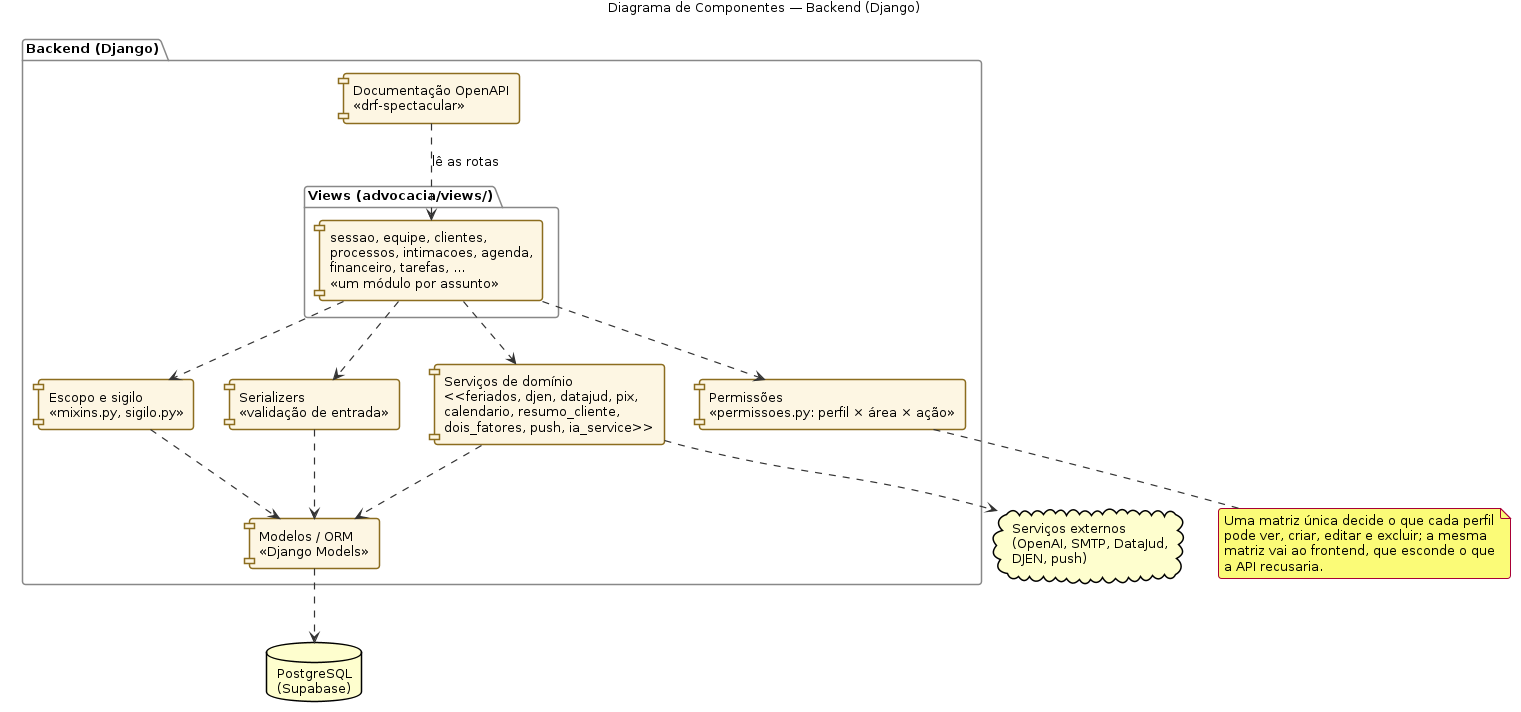
The PlantUML diagram docs/tcc/diagramas/componentes.png in guimunhoz13/TCCrepository, before a commit. Its source is kept beside it as docs/tcc/diagramas/componentes.puml. The source it was exported from:
```plantuml
@startuml
!include skinparam.iuml
title Diagrama de Componentes — Backend (Django)

package "Backend (Django)" {
  package "Views (advocacia/views/)" {
    component "sessao, equipe, clientes,\nprocessos, intimacoes, agenda,\nfinanceiro, tarefas, ...\n<<um módulo por assunto>>" as Views
  }
  component "Serializers\n<<validação de entrada>>" as Serializers
  component "Permissões\n<<permissoes.py: perfil × área × ação>>" as Perm
  component "Escopo e sigilo\n<<mixins.py, sigilo.py>>" as Escopo
  component "Serviços de domínio\n<<feriados, djen, datajud, pix,\ncalendario, resumo_cliente,\ndois_fatores, push, ia_service>>" as Servicos
  component "Modelos / ORM\n<<Django Models>>" as Models
  component "Documentação OpenAPI\n<<drf-spectacular>>" as Docs
}

database "PostgreSQL\n(Supabase)" as DB
cloud "Serviços externos\n(OpenAI, SMTP, DataJud,\nDJEN, push)" as Externos

Views ..> Serializers
Views ..> Perm
Views ..> Escopo
Views ..> Servicos
Serializers ..> Models
Escopo ..> Models
Servicos ..> Models
Servicos ..> Externos
Models ..> DB
Docs ..> Views : lê as rotas

note bottom of Perm
  Uma matriz única decide o que cada perfil
  pode ver, criar, editar e excluir; a mesma
  matriz vai ao frontend, que esconde o que
  a API recusaria.
end note

@enduml
```
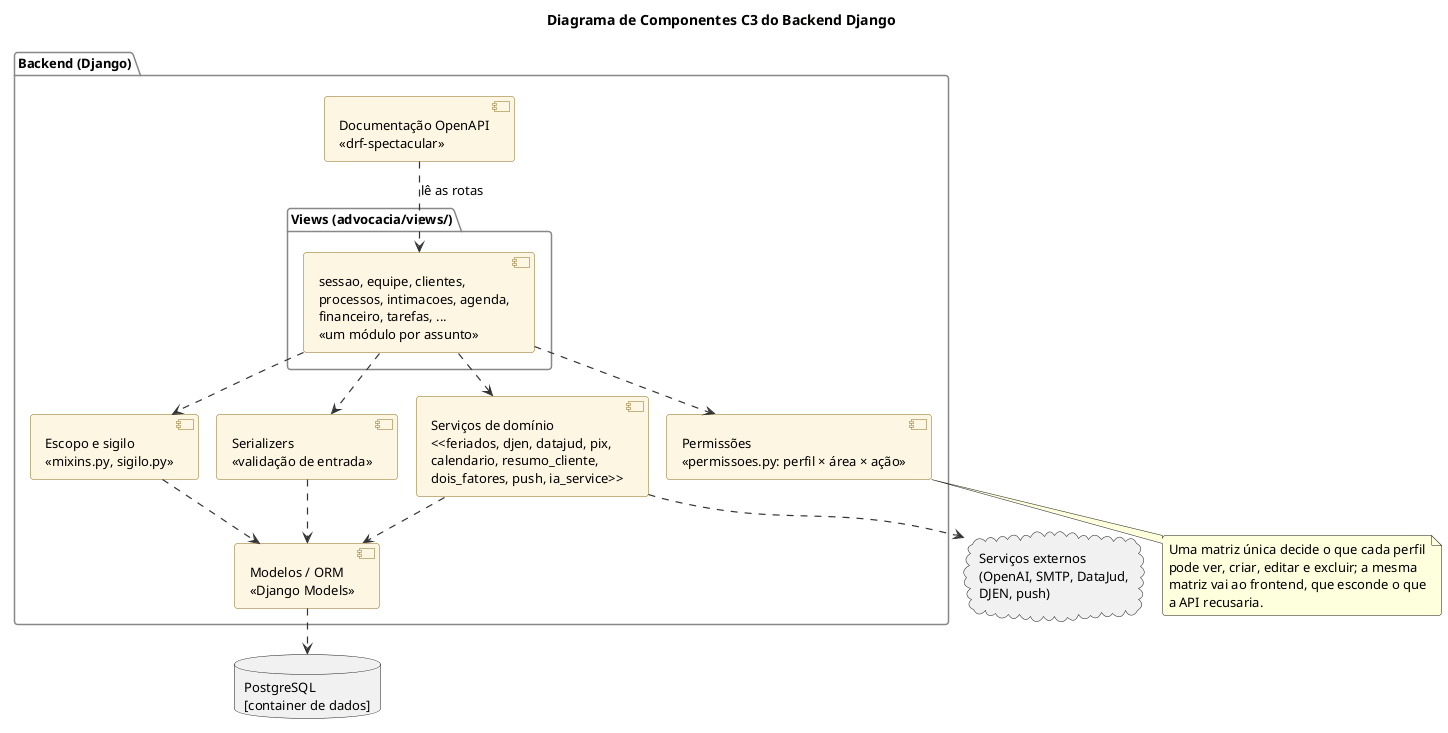
After the change.

Diff of the diagram source:
```diff
@@ -1,6 +1,6 @@
 @startuml
 !include skinparam.iuml
-title Diagrama de Componentes — Backend (Django)
+title Diagrama de Componentes C3 do Backend Django
 
 package "Backend (Django)" {
   package "Views (advocacia/views/)" {
@@ -14,7 +14,7 @@
   component "Documentação OpenAPI\n<<drf-spectacular>>" as Docs
 }
 
-database "PostgreSQL\n(Supabase)" as DB
+database "PostgreSQL\n[container de dados]" as DB
 cloud "Serviços externos\n(OpenAI, SMTP, DataJud,\nDJEN, push)" as Externos
 
 Views ..> Serializers
```
